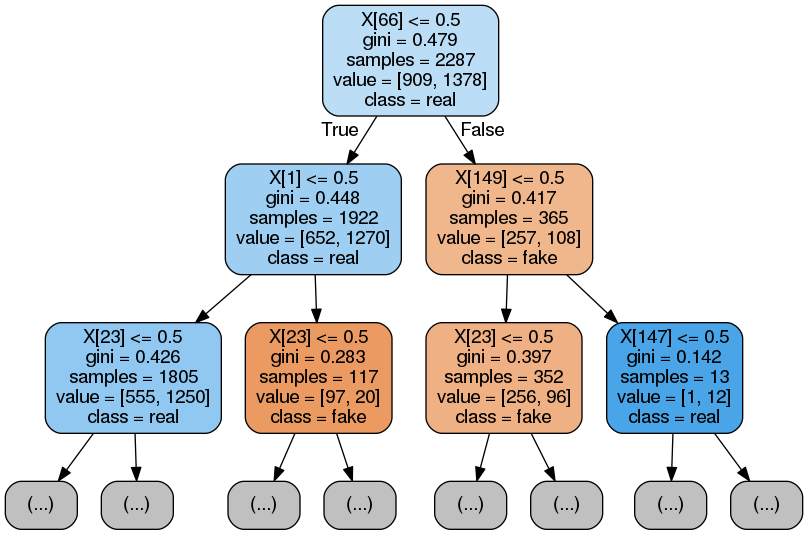
Earlier version of the Graphviz export figures/decision_tree.png (dhruvchawla1996/csc411_a3). Its source is kept beside it as figures/decision_tree.dot.
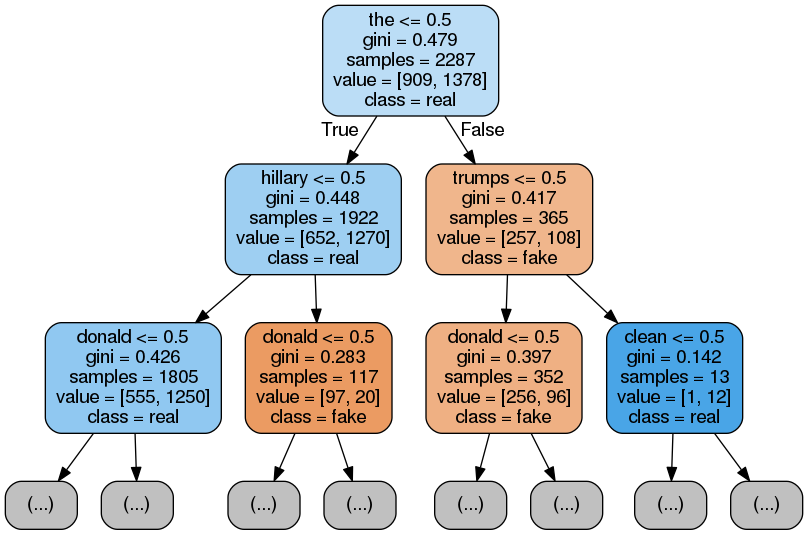
Above is the later version.

Commit message:
Feature names should work now

The edit, as a diff of the source:
```diff
@@ -1,33 +1,33 @@
 digraph Tree {
 node [shape=box, style="filled, rounded", color="black", fontname=helvetica] ;
 edge [fontname=helvetica] ;
-0 [label="X[66] <= 0.5\ngini = 0.479\nsamples = 2287\nvalue = [909, 1378]\nclass = real", fillcolor="#399de557"] ;
-1 [label="X[1] <= 0.5\ngini = 0.448\nsamples = 1922\nvalue = [652, 1270]\nclass = real", fillcolor="#399de57c"] ;
+0 [label="the <= 0.5\ngini = 0.479\nsamples = 2287\nvalue = [909, 1378]\nclass = real", fillcolor="#399de557"] ;
+1 [label="hillary <= 0.5\ngini = 0.448\nsamples = 1922\nvalue = [652, 1270]\nclass = real", fillcolor="#399de57c"] ;
 0 -> 1 [labeldistance=2.5, labelangle=45, headlabel="True"] ;
-2 [label="X[23] <= 0.5\ngini = 0.426\nsamples = 1805\nvalue = [555, 1250]\nclass = real", fillcolor="#399de58e"] ;
+2 [label="donald <= 0.5\ngini = 0.426\nsamples = 1805\nvalue = [555, 1250]\nclass = real", fillcolor="#399de58e"] ;
 1 -> 2 ;
 3 [label="(...)", fillcolor="#C0C0C0"] ;
 2 -> 3 ;
-444 [label="(...)", fillcolor="#C0C0C0"] ;
-2 -> 444 ;
-577 [label="X[23] <= 0.5\ngini = 0.283\nsamples = 117\nvalue = [97, 20]\nclass = fake", fillcolor="#e58139ca"] ;
-1 -> 577 ;
-578 [label="(...)", fillcolor="#C0C0C0"] ;
-577 -> 578 ;
-591 [label="(...)", fillcolor="#C0C0C0"] ;
-577 -> 591 ;
-612 [label="X[149] <= 0.5\ngini = 0.417\nsamples = 365\nvalue = [257, 108]\nclass = fake", fillcolor="#e5813994"] ;
-0 -> 612 [labeldistance=2.5, labelangle=-45, headlabel="False"] ;
-613 [label="X[23] <= 0.5\ngini = 0.397\nsamples = 352\nvalue = [256, 96]\nclass = fake", fillcolor="#e581399f"] ;
-612 -> 613 ;
-614 [label="(...)", fillcolor="#C0C0C0"] ;
-613 -> 614 ;
-717 [label="(...)", fillcolor="#C0C0C0"] ;
-613 -> 717 ;
-762 [label="X[147] <= 0.5\ngini = 0.142\nsamples = 13\nvalue = [1, 12]\nclass = real", fillcolor="#399de5ea"] ;
-612 -> 762 ;
-763 [label="(...)", fillcolor="#C0C0C0"] ;
-762 -> 763 ;
-764 [label="(...)", fillcolor="#C0C0C0"] ;
-762 -> 764 ;
+452 [label="(...)", fillcolor="#C0C0C0"] ;
+2 -> 452 ;
+585 [label="donald <= 0.5\ngini = 0.283\nsamples = 117\nvalue = [97, 20]\nclass = fake", fillcolor="#e58139ca"] ;
+1 -> 585 ;
+586 [label="(...)", fillcolor="#C0C0C0"] ;
+585 -> 586 ;
+599 [label="(...)", fillcolor="#C0C0C0"] ;
+585 -> 599 ;
+620 [label="trumps <= 0.5\ngini = 0.417\nsamples = 365\nvalue = [257, 108]\nclass = fake", fillcolor="#e5813994"] ;
+0 -> 620 [labeldistance=2.5, labelangle=-45, headlabel="False"] ;
+621 [label="donald <= 0.5\ngini = 0.397\nsamples = 352\nvalue = [256, 96]\nclass = fake", fillcolor="#e581399f"] ;
+620 -> 621 ;
+622 [label="(...)", fillcolor="#C0C0C0"] ;
+621 -> 622 ;
+725 [label="(...)", fillcolor="#C0C0C0"] ;
+621 -> 725 ;
+770 [label="clean <= 0.5\ngini = 0.142\nsamples = 13\nvalue = [1, 12]\nclass = real", fillcolor="#399de5ea"] ;
+620 -> 770 ;
+771 [label="(...)", fillcolor="#C0C0C0"] ;
+770 -> 771 ;
+772 [label="(...)", fillcolor="#C0C0C0"] ;
+770 -> 772 ;
 }
```
